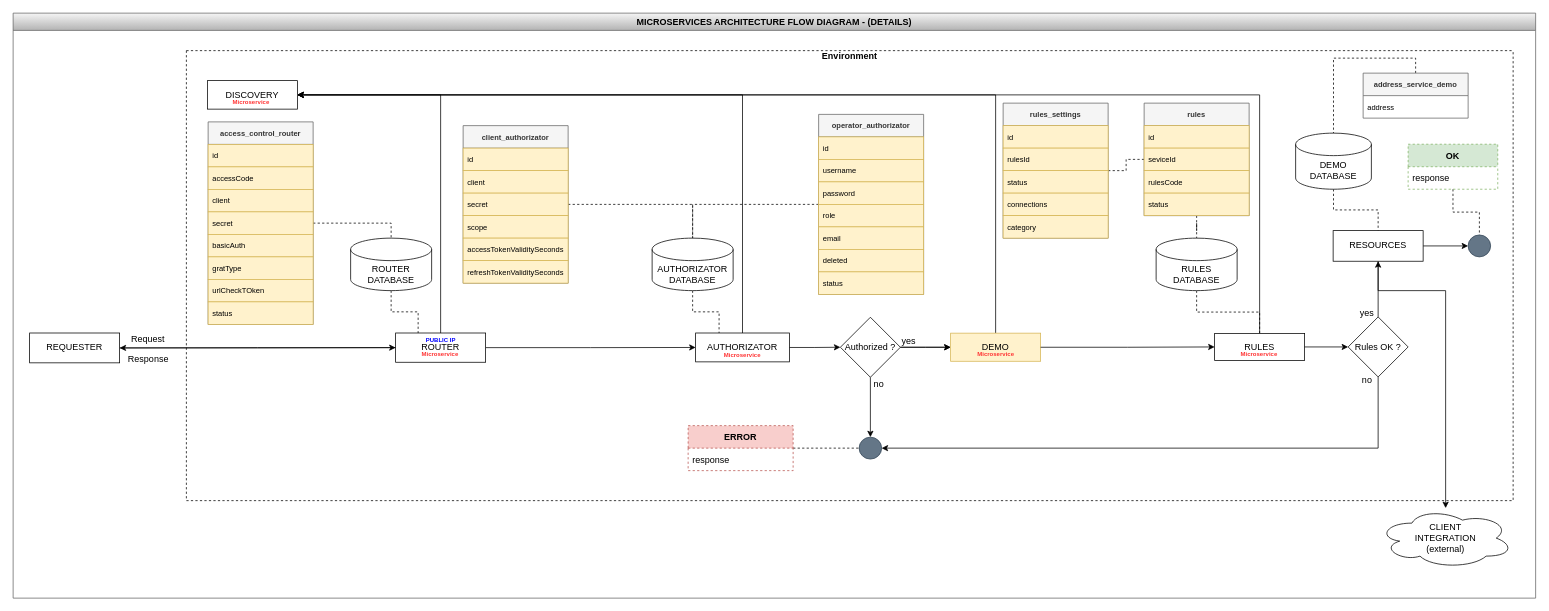
Above: page "Details" (3 of 9) of diagram/Microservices-Architecure-Demo.drawio in huntercodexs/arch-demo (draw.io), before the change. Source tidied: cells renumbered, new cells numbered last; positions are measured from the earlier drawing's top-left corner, leaving out a move shared by most shapes. Both pictures are drawn from the tidied source at 75%, with x=0, y=0 at pixel (13, 13).
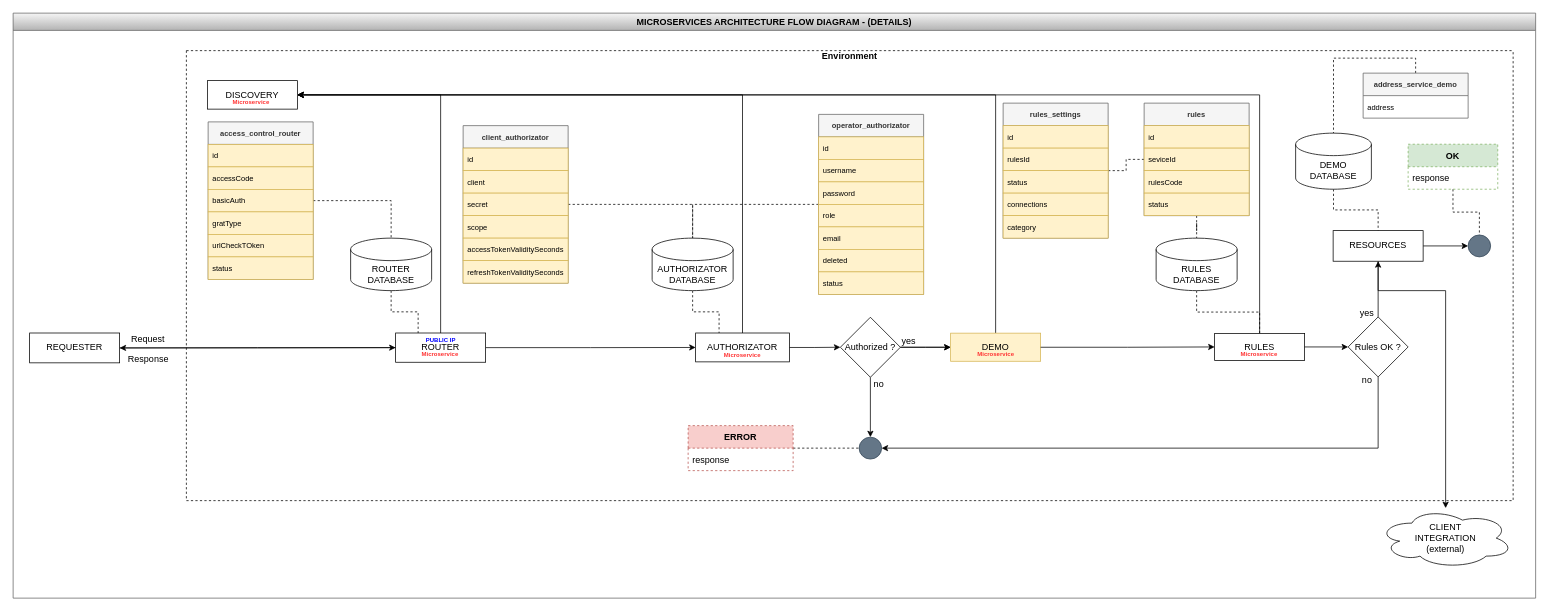
The same diagram, later.

Unchanged cells that the change refers to:
```xml
<mxCell id="3" value="&#10;Environment" style="swimlane;startSize=0;dashed=1;" parent="2" vertex="1">
  <mxGeometry x="231" y="50" width="1769" height="600" as="geometry" />
</mxCell>
```

Change to the diagram source:
```diff
@@
     <mxCell id="62" value="access_control_router" style="swimlane;fontStyle=1;horizontal=1;startSize=30;fontSize=10;fontColor=#333333;fillColor=#f5f5f5;strokeColor=#666666;rounded=0;glass=0;swimlaneLine=1;" parent="3" vertex="1">
-      <mxGeometry x="29" y="95" width="140" height="270" as="geometry" />
+      <mxGeometry x="29" y="95" width="140" height="210" as="geometry" />
     </mxCell>
@@
-    <mxCell id="65" value="client" style="text;align=left;verticalAlign=middle;spacingLeft=4;spacingRight=4;overflow=hidden;fontSize=10;fillColor=#fff2cc;strokeColor=#d6b656;" parent="62" vertex="1">
-      <mxGeometry y="90" width="140" height="30" as="geometry" />
-    </mxCell>
-    <mxCell id="66" value="secret" style="text;strokeColor=#d6b656;fillColor=#fff2cc;align=left;verticalAlign=middle;spacingLeft=4;spacingRight=4;overflow=hidden;fontSize=10;" parent="62" vertex="1">
-      <mxGeometry y="120" width="140" height="30" as="geometry" />
-    </mxCell>
     <mxCell id="67" value="basicAuth" style="text;align=left;verticalAlign=middle;spacingLeft=4;spacingRight=4;overflow=hidden;fontSize=10;fillColor=#fff2cc;strokeColor=#d6b656;" parent="62" vertex="1">
-      <mxGeometry y="150" width="140" height="30" as="geometry" />
+      <mxGeometry y="90" width="140" height="30" as="geometry" />
     </mxCell>
     <mxCell id="68" value="gratType" style="text;strokeColor=#d6b656;fillColor=#fff2cc;align=left;verticalAlign=middle;spacingLeft=4;spacingRight=4;overflow=hidden;fontSize=10;" parent="62" vertex="1">
-      <mxGeometry y="180" width="140" height="30" as="geometry" />
+      <mxGeometry y="120" width="140" height="30" as="geometry" />
     </mxCell>
     <mxCell id="69" value="urlCheckTOken" style="text;align=left;verticalAlign=middle;spacingLeft=4;spacingRight=4;overflow=hidden;fontSize=10;fillColor=#fff2cc;strokeColor=#d6b656;" parent="62" vertex="1">
-      <mxGeometry y="210" width="140" height="30" as="geometry" />
+      <mxGeometry y="150" width="140" height="30" as="geometry" />
     </mxCell>
     <mxCell id="70" value="status" style="text;strokeColor=#d6b656;fillColor=#fff2cc;align=left;verticalAlign=middle;spacingLeft=4;spacingRight=4;overflow=hidden;fontSize=10;" parent="62" vertex="1">
-      <mxGeometry y="240" width="140" height="30" as="geometry" />
+      <mxGeometry y="180" width="140" height="30" as="geometry" />
     </mxCell>
```
